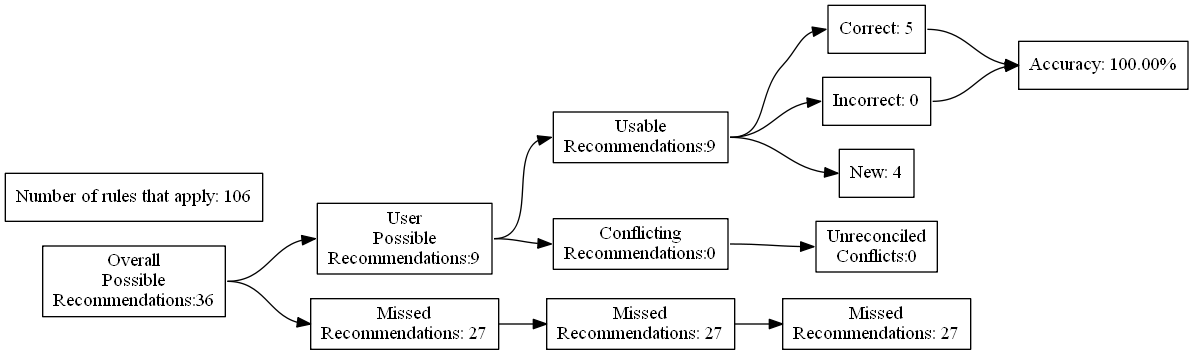
ZaxR/ibd_diet_analysis keeps this Graphviz diagram as test_renders/112.gv.png. Above is the earlier version. Its source is kept beside it as test_renders/112.gv. Its diagram source:
```dot
digraph {
	graph [rankdir=LR]
	node [pos=r shape=box]
	edge [headport=w tailport=e]
		A [label="Overall
Possible
Recommendations:36"]
		B [label="User
Possible
Recommendations:9"]
		C [label="Missed
Recommendations: 27"]
		D [label="Usable
Recommendations:9"]
		E [label="Conflicting
Recommendations:0"]
		J [label="Missed
Recommendations: 27"]
		M [label="Unreconciled
Conflicts:0"]
		F [label="Correct: 5"]
		G [label="Incorrect: 0"]
		H [label="New: 4"]
		K [label="Missed
Recommendations: 27"]
		I [label="Accuracy: 100.00%"]
		l [label="Number of rules that apply: 106"]
			A -> B
			A -> C
			B -> D
			B -> E
			D -> F
			D -> G
			D -> H
			F -> I
			G -> I
			C -> J
			J -> K
			E -> M
}
```
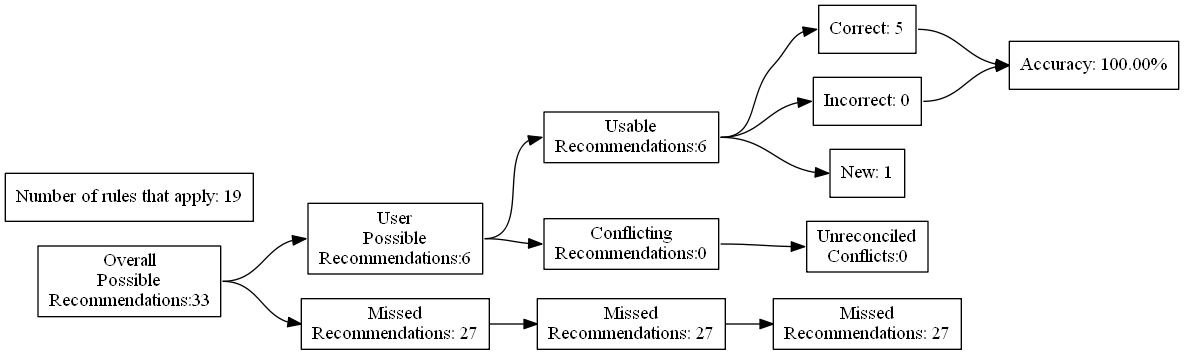
The same diagram one commit later.

Change to the diagram source:
```diff
@@ -4,14 +4,14 @@
 	edge [headport=w tailport=e]
 		A [label="Overall
 Possible
-Recommendations:36"]
+Recommendations:33"]
 		B [label="User
 Possible
-Recommendations:9"]
+Recommendations:6"]
 		C [label="Missed
 Recommendations: 27"]
 		D [label="Usable
-Recommendations:9"]
+Recommendations:6"]
 		E [label="Conflicting
 Recommendations:0"]
 		J [label="Missed
@@ -20,11 +20,11 @@
 Conflicts:0"]
 		F [label="Correct: 5"]
 		G [label="Incorrect: 0"]
-		H [label="New: 4"]
+		H [label="New: 1"]
 		K [label="Missed
 Recommendations: 27"]
 		I [label="Accuracy: 100.00%"]
-		l [label="Number of rules that apply: 106"]
+		l [label="Number of rules that apply: 19"]
 			A -> B
 			A -> C
 			B -> D
```
